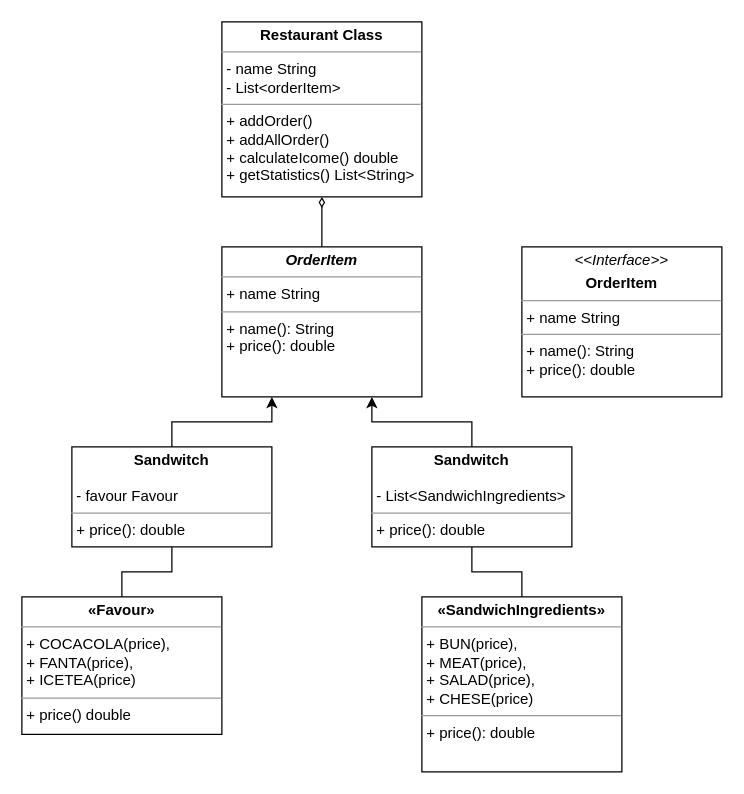
This is src/doc/UML.drawio from joealmond/OOP_PAP_2_Subway_v01, a draw.io file, before an edit. Source tidied: cells renumbered, new cells numbered last; positions are measured from the earlier drawing's top-left corner, leaving out a move shared by most shapes. Both pictures are drawn from the tidied source at 125%, with x=0, y=0 at pixel (21, 21).
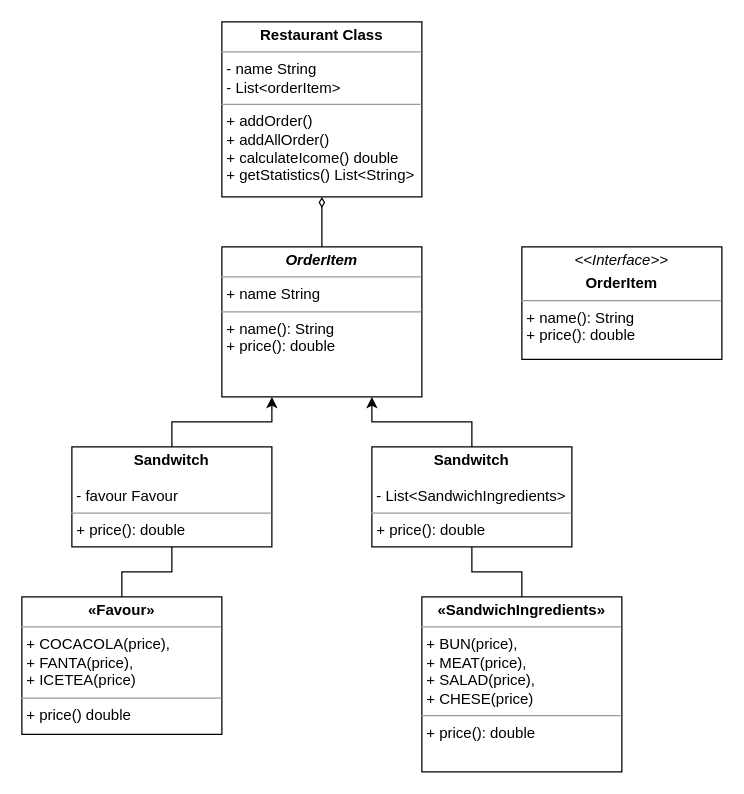
The same diagram, later.

Commit message:
changed interace in UML drawing

Diff of the diagram source:
```diff
@@
 <mxGraphModel>
   <root>
     <mxCell id="0" />
     <mxCell id="1" parent="0" />
     <mxCell id="2" value="&lt;p style=&quot;margin:0px;margin-top:4px;text-align:center;&quot;&gt;&lt;b&gt;Restaurant Class&lt;/b&gt;&lt;/p&gt;&lt;hr size=&quot;1&quot;&gt;&lt;p style=&quot;margin:0px;margin-left:4px;&quot;&gt;- name String&lt;/p&gt;&lt;p style=&quot;margin:0px;margin-left:4px;&quot;&gt;- List&amp;lt;orderItem&amp;gt;&lt;/p&gt;&lt;hr size=&quot;1&quot;&gt;&lt;p style=&quot;margin:0px;margin-left:4px;&quot;&gt;+ addOrder()&lt;/p&gt;&lt;p style=&quot;margin:0px;margin-left:4px;&quot;&gt;+ addAllOrder()&lt;/p&gt;&lt;p style=&quot;margin:0px;margin-left:4px;&quot;&gt;+ calculateIcome() double&lt;/p&gt;&lt;p style=&quot;margin:0px;margin-left:4px;&quot;&gt;+ getStatistics() List&amp;lt;String&amp;gt;&lt;/p&gt;" style="verticalAlign=top;align=left;overflow=fill;fontSize=12;fontFamily=Helvetica;html=1;whiteSpace=wrap;" parent="1" vertex="1">
       <mxGeometry x="160" width="160" height="140" as="geometry" />
     </mxCell>
     <mxCell id="3" style="edgeStyle=orthogonalEdgeStyle;rounded=0;jettySize=auto;html=1;entryX=0.75;entryY=1;entryDx=0;entryDy=0;" parent="1" edge="1" source="4" target="6">
       <mxGeometry relative="1" as="geometry" />
     </mxCell>
     <mxCell id="4" value="&lt;p style=&quot;margin:0px;margin-top:4px;text-align:center;&quot;&gt;&lt;b&gt;Sandwitch&lt;/b&gt;&lt;/p&gt;&lt;p style=&quot;margin:0px;margin-left:4px;&quot;&gt;&lt;br&gt;&lt;/p&gt;&lt;p style=&quot;margin:0px;margin-left:4px;&quot;&gt;- List&amp;lt;SandwichIngredients&amp;gt;&lt;/p&gt;&lt;hr size=&quot;1&quot;&gt;&lt;p style=&quot;margin:0px;margin-left:4px;&quot;&gt;+ price(): double&lt;br&gt;&lt;/p&gt;" style="verticalAlign=top;align=left;overflow=fill;fontSize=12;fontFamily=Helvetica;html=1;whiteSpace=wrap;" parent="1" vertex="1">
       <mxGeometry x="280" y="340" width="160" height="80" as="geometry" />
     </mxCell>
     <mxCell id="5" style="edgeStyle=orthogonalEdgeStyle;rounded=0;jettySize=auto;html=1;entryX=0.5;entryY=1;entryDx=0;entryDy=0;endArrow=diamondThin;endFill=0;" parent="1" edge="1" source="6" target="2">
       <mxGeometry relative="1" as="geometry" />
     </mxCell>
     <mxCell id="6" value="&lt;p style=&quot;margin:0px;margin-top:4px;text-align:center;&quot;&gt;&lt;b&gt;&lt;i&gt;OrderItem&lt;/i&gt;&lt;/b&gt;&lt;/p&gt;&lt;hr size=&quot;1&quot;&gt;&lt;p style=&quot;margin:0px;margin-left:4px;&quot;&gt;+ name String&lt;/p&gt;&lt;hr size=&quot;1&quot;&gt;&lt;p style=&quot;margin:0px;margin-left:4px;&quot;&gt;+ name(): String&lt;br&gt;&lt;/p&gt;&lt;p style=&quot;margin:0px;margin-left:4px;&quot;&gt;+ price(): double&lt;br&gt;&lt;/p&gt;" style="verticalAlign=top;align=left;overflow=fill;fontSize=12;fontFamily=Helvetica;html=1;whiteSpace=wrap;" parent="1" vertex="1">
       <mxGeometry x="160" y="180" width="160" height="120" as="geometry" />
     </mxCell>
     <mxCell id="7" style="edgeStyle=orthogonalEdgeStyle;rounded=0;jettySize=auto;html=1;entryX=0.5;entryY=1;entryDx=0;entryDy=0;endArrow=none;endFill=0;" parent="1" edge="1" source="8" target="13">
       <mxGeometry relative="1" as="geometry" />
     </mxCell>
     <mxCell id="8" value="&lt;p style=&quot;margin:0px;margin-top:4px;text-align:center;&quot;&gt;&lt;b&gt;«Favour»&lt;/b&gt;&lt;/p&gt;&lt;hr size=&quot;1&quot;&gt;&lt;p style=&quot;margin:0px;margin-left:4px;&quot;&gt;&lt;span style=&quot;background-color: initial;&quot;&gt;+ COCACOLA(price),&lt;/span&gt;&lt;br&gt;&lt;/p&gt;&lt;p style=&quot;margin:0px;margin-left:4px;&quot;&gt;+ FANTA(price),&lt;/p&gt;&lt;p style=&quot;margin:0px;margin-left:4px;&quot;&gt;+ ICETEA(price)&lt;/p&gt;&lt;span id=&quot;docs-internal-guid-8e374245-7fff-97e6-842c-4bc3f1db054c&quot;&gt;&lt;/span&gt;&lt;span id=&quot;docs-internal-guid-25e6fa06-7fff-4eef-a899-2a788f39c923&quot;&gt;&lt;/span&gt;&lt;hr size=&quot;1&quot;&gt;&lt;p style=&quot;margin:0px;margin-left:4px;&quot;&gt;+ price() double&lt;/p&gt;" style="verticalAlign=top;align=left;overflow=fill;fontSize=12;fontFamily=Helvetica;html=1;whiteSpace=wrap;" parent="1" vertex="1">
       <mxGeometry y="460" width="160" height="110" as="geometry" />
     </mxCell>
     <mxCell id="9" style="edgeStyle=orthogonalEdgeStyle;rounded=0;jettySize=auto;html=1;entryX=0.5;entryY=1;entryDx=0;entryDy=0;endArrow=none;endFill=0;" parent="1" edge="1" source="10" target="4">
       <mxGeometry relative="1" as="geometry" />
     </mxCell>
     <mxCell id="10" value="&lt;p style=&quot;margin:0px;margin-top:4px;text-align:center;&quot;&gt;&lt;b&gt;«SandwichIngredients»&lt;/b&gt;&lt;/p&gt;&lt;hr size=&quot;1&quot;&gt;&lt;p style=&quot;margin:0px;margin-left:4px;&quot;&gt;&lt;span style=&quot;background-color: initial;&quot;&gt;+ BUN(price),&lt;/span&gt;&lt;br&gt;&lt;/p&gt;&lt;p style=&quot;margin:0px;margin-left:4px;&quot;&gt;+ MEAT(price),&lt;/p&gt;&lt;p style=&quot;margin:0px;margin-left:4px;&quot;&gt;+ SALAD(price),&lt;/p&gt;&lt;p style=&quot;margin:0px;margin-left:4px;&quot;&gt;+ CHESE(price)&lt;/p&gt;&lt;span id=&quot;docs-internal-guid-8e374245-7fff-97e6-842c-4bc3f1db054c&quot;&gt;&lt;/span&gt;&lt;span id=&quot;docs-internal-guid-25e6fa06-7fff-4eef-a899-2a788f39c923&quot;&gt;&lt;/span&gt;&lt;hr size=&quot;1&quot;&gt;&lt;p style=&quot;margin:0px;margin-left:4px;&quot;&gt;+ price(): double&lt;/p&gt;" style="verticalAlign=top;align=left;overflow=fill;fontSize=12;fontFamily=Helvetica;html=1;whiteSpace=wrap;" parent="1" vertex="1">
       <mxGeometry x="320" y="460" width="160" height="140" as="geometry" />
     </mxCell>
     <mxCell id="11" style="edgeStyle=orthogonalEdgeStyle;rounded=0;orthogonalLoop=1;jettySize=auto;html=1;exitX=0.5;exitY=1;exitDx=0;exitDy=0;" parent="1" edge="1" source="8" target="8">
       <mxGeometry relative="1" as="geometry" />
     </mxCell>
     <mxCell id="12" style="edgeStyle=orthogonalEdgeStyle;rounded=0;jettySize=auto;html=1;entryX=0.25;entryY=1;entryDx=0;entryDy=0;" parent="1" edge="1" source="13" target="6">
       <mxGeometry relative="1" as="geometry" />
     </mxCell>
     <mxCell id="13" value="&lt;p style=&quot;margin:0px;margin-top:4px;text-align:center;&quot;&gt;&lt;b&gt;Sandwitch&lt;/b&gt;&lt;/p&gt;&lt;p style=&quot;margin:0px;margin-left:4px;&quot;&gt;&lt;br&gt;&lt;/p&gt;&lt;p style=&quot;margin:0px;margin-left:4px;&quot;&gt;- favour Favour&lt;br&gt;&lt;/p&gt;&lt;hr size=&quot;1&quot;&gt;&lt;p style=&quot;margin:0px;margin-left:4px;&quot;&gt;+ price(): double&lt;br&gt;&lt;/p&gt;" style="verticalAlign=top;align=left;overflow=fill;fontSize=12;fontFamily=Helvetica;html=1;whiteSpace=wrap;" parent="1" vertex="1">
       <mxGeometry x="40" y="340" width="160" height="80" as="geometry" />
     </mxCell>
-    <mxCell id="14" value="&lt;p style=&quot;margin:0px;margin-top:4px;text-align:center;&quot;&gt;&lt;i style=&quot;background-color: initial;&quot;&gt;&amp;lt;&amp;lt;Interface&amp;gt;&amp;gt;&lt;/i&gt;&lt;br&gt;&lt;/p&gt;&lt;p style=&quot;margin:0px;margin-top:4px;text-align:center;&quot;&gt;&lt;b&gt;OrderItem&lt;/b&gt;&lt;/p&gt;&lt;hr size=&quot;1&quot;&gt;&lt;p style=&quot;margin:0px;margin-left:4px;&quot;&gt;+ name String&lt;/p&gt;&lt;hr size=&quot;1&quot;&gt;&lt;p style=&quot;margin:0px;margin-left:4px;&quot;&gt;+ name(): String&lt;br&gt;&lt;/p&gt;&lt;p style=&quot;margin:0px;margin-left:4px;&quot;&gt;+ price(): double&lt;br&gt;&lt;/p&gt;" style="verticalAlign=top;align=left;overflow=fill;fontSize=12;fontFamily=Helvetica;html=1;whiteSpace=wrap;" parent="1" vertex="1">
-      <mxGeometry x="400" y="180" width="160" height="120" as="geometry" />
+    <mxCell id="14" value="&lt;p style=&quot;margin:0px;margin-top:4px;text-align:center;&quot;&gt;&lt;i style=&quot;background-color: initial;&quot;&gt;&amp;lt;&amp;lt;Interface&amp;gt;&amp;gt;&lt;/i&gt;&lt;br&gt;&lt;/p&gt;&lt;p style=&quot;margin:0px;margin-top:4px;text-align:center;&quot;&gt;&lt;b&gt;OrderItem&lt;/b&gt;&lt;/p&gt;&lt;hr size=&quot;1&quot;&gt;&lt;p style=&quot;margin:0px;margin-left:4px;&quot;&gt;&lt;span style=&quot;background-color: initial;&quot;&gt;+ name(): String&lt;/span&gt;&lt;br&gt;&lt;/p&gt;&lt;p style=&quot;margin:0px;margin-left:4px;&quot;&gt;+ price(): double&lt;br&gt;&lt;/p&gt;" style="verticalAlign=top;align=left;overflow=fill;fontSize=12;fontFamily=Helvetica;html=1;whiteSpace=wrap;" parent="1" vertex="1">
+      <mxGeometry x="400" y="180" width="160" height="90" as="geometry" />
     </mxCell>
   </root>
 </mxGraphModel>
```
